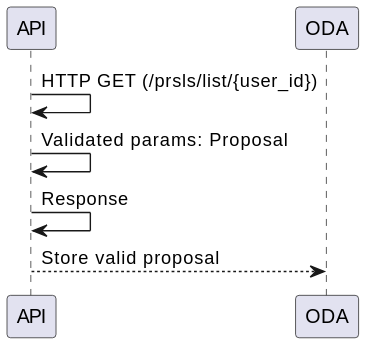
Before: docs/src/internal/diagrams/get_list_of_proposals_by_user_id_api.svg, a diagram exported from PlantUML (ska-telescope/ska-oso-services). Source of this version:
```plantuml
@startuml
API -> API: HTTP GET (/prsls/list/{user_id})
API -> API: Validated params: Proposal
API -> API: Response
API --> ODA: Store valid proposal
@enduml
```
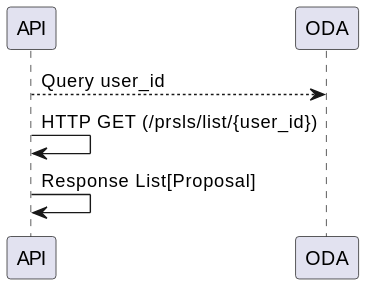
The same diagram one commit later.

Diff of the diagram source:
```diff
@@ -1,6 +1,5 @@
 @startuml
+API --> ODA: Query user_id
 API -> API: HTTP GET (/prsls/list/{user_id})
-API -> API: Validated params: Proposal
-API -> API: Response
-API --> ODA: Store valid proposal
+API -> API: Response List[Proposal]
 @enduml
```
